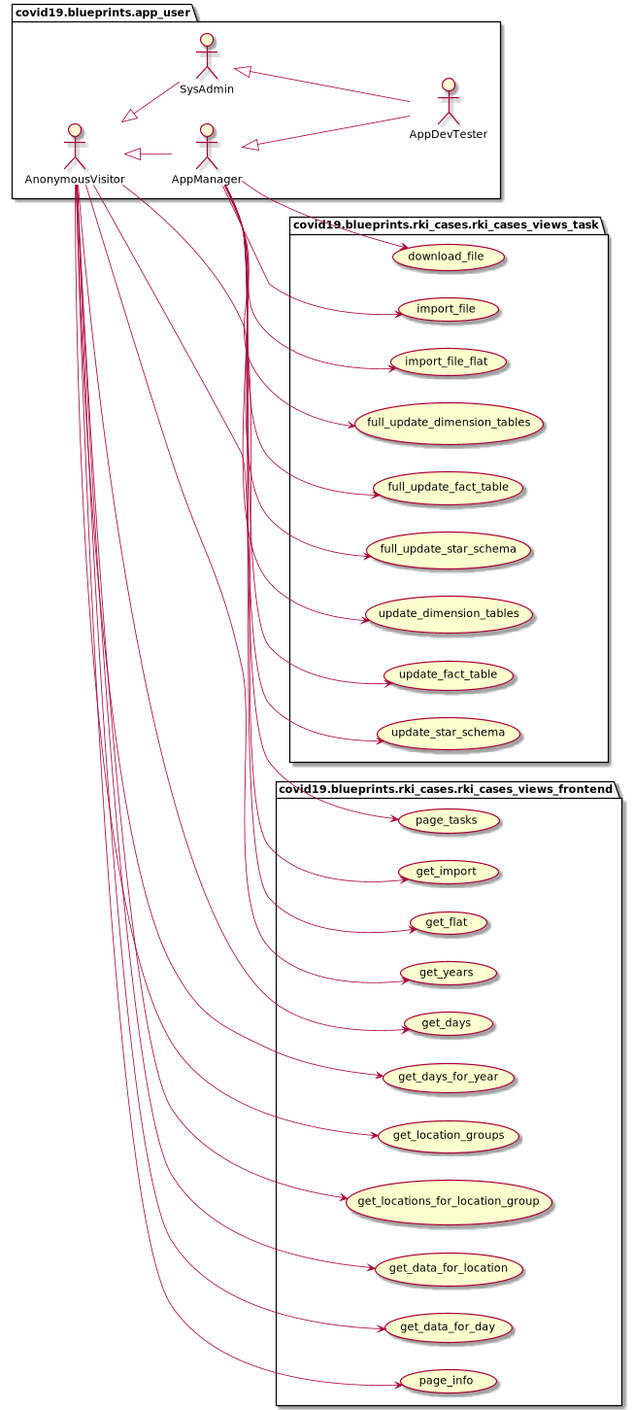
Above: docs/uml/data_rki/rki_cases_use_cases.png in thomaswoehlke/flask_covid19 (PlantUML), before the change. Its diagram source:
```plantuml
@startuml
left to right direction
package covid19.blueprints.app_user {
	actor AnonymousVisitor as vu
	actor AppManager as au
	actor SysAdmin as su
	actor AppDevTester as du
}
package covid19.blueprints.app_user {
	vu <|-- au
	vu <|-- su
	su <|-- du
	au <|-- du
}
package covid19.blueprints.rki_cases.rki_cases_views_task {
	usecase download_file as UC1
	usecase import_file as UC2
	usecase import_file_flat as UC3
	usecase full_update_dimension_tables as UC10
	usecase full_update_fact_table as UC11
	usecase full_update_star_schema as UC12
	usecase update_dimension_tables as UC20
	usecase update_fact_table as UC21
	usecase update_star_schema as UC22
}
au --> UC1
au --> UC2
au --> UC3
au --> UC10
au --> UC11
au --> UC12
au --> UC20
au --> UC21
au --> UC22
package covid19.blueprints.rki_cases.rki_cases_views_frontend {
	usecase get_import as UC30
	usecase get_flat as UC31
	usecase get_years as UC40
	usecase get_days as UC41
	usecase get_days_for_year as UC42
	usecase get_location_groups as UC43
	usecase get_locations_for_location_group as UC44
	usecase get_data_for_location as UC45
	usecase get_data_for_day as UC46
    usecase page_info as UC80
    usecase page_tasks as UC81
}
vu --> UC30
vu --> UC31
vu --> UC40
vu --> UC41
vu --> UC42
vu --> UC43
vu --> UC44
vu --> UC45
vu --> UC46
vu --> UC80
au --> UC81
@enduml
```
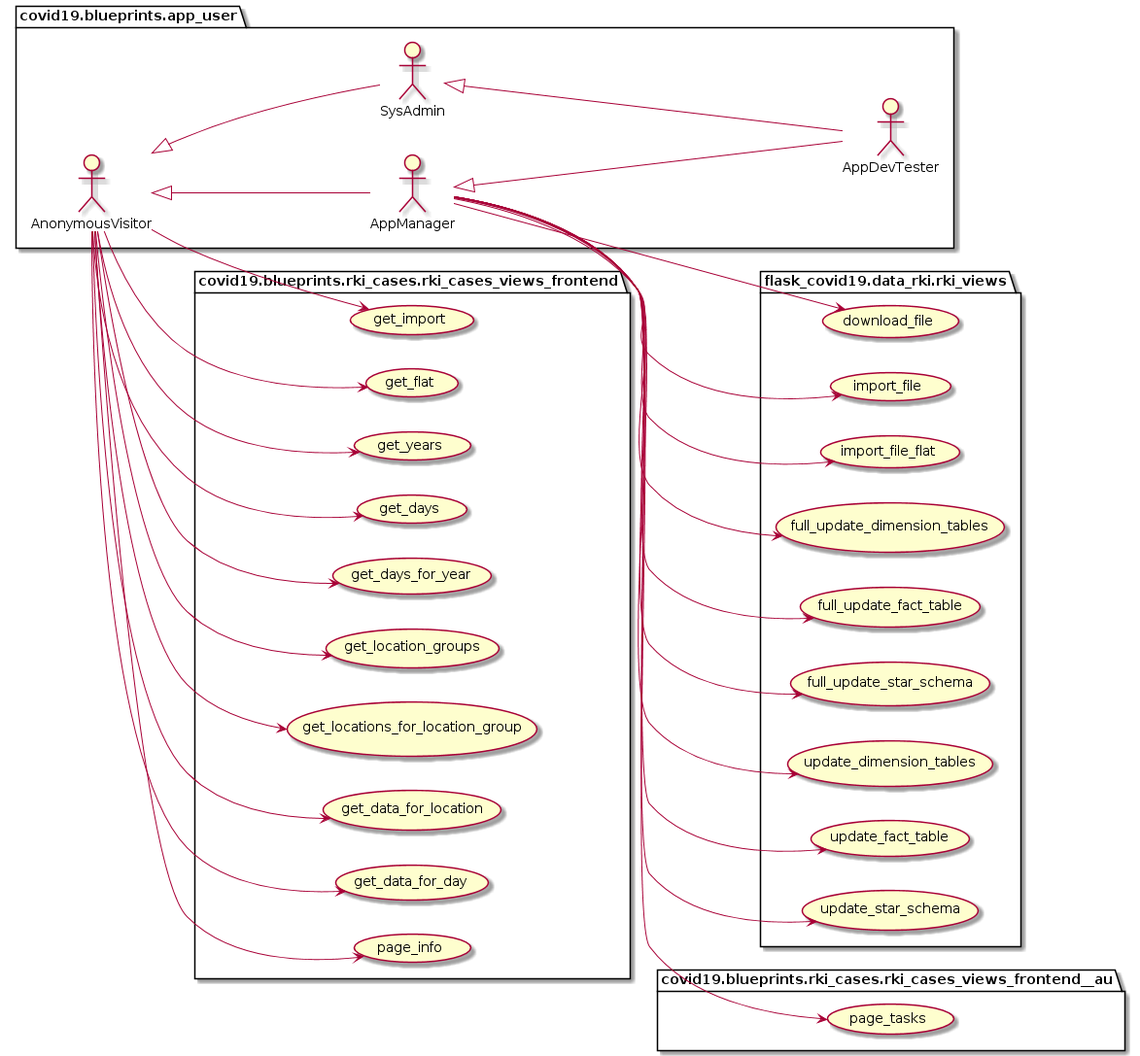
After the change.

Diff of the diagram source:
```diff
@@ -1,18 +1,22 @@
 @startuml
+
 left to right direction
+
 package covid19.blueprints.app_user {
 	actor AnonymousVisitor as vu
 	actor AppManager as au
 	actor SysAdmin as su
 	actor AppDevTester as du
 }
+
 package covid19.blueprints.app_user {
 	vu <|-- au
 	vu <|-- su
 	su <|-- du
 	au <|-- du
 }
-package covid19.blueprints.rki_cases.rki_cases_views_task {
+
+package flask_covid19.data_rki.rki_views {
 	usecase download_file as UC1
 	usecase import_file as UC2
 	usecase import_file_flat as UC3
@@ -23,6 +27,7 @@
 	usecase update_fact_table as UC21
 	usecase update_star_schema as UC22
 }
+
 au --> UC1
 au --> UC2
 au --> UC3
@@ -32,6 +37,7 @@
 au --> UC20
 au --> UC21
 au --> UC22
+
 package covid19.blueprints.rki_cases.rki_cases_views_frontend {
 	usecase get_import as UC30
 	usecase get_flat as UC31
@@ -43,8 +49,8 @@
 	usecase get_data_for_location as UC45
 	usecase get_data_for_day as UC46
     usecase page_info as UC80
-    usecase page_tasks as UC81
 }
+
 vu --> UC30
 vu --> UC31
 vu --> UC40
@@ -55,5 +61,11 @@
 vu --> UC45
 vu --> UC46
 vu --> UC80
+
+package covid19.blueprints.rki_cases.rki_cases_views_frontend__au {
+    usecase page_tasks as UC81
+}
+
 au --> UC81
+
 @enduml
```
